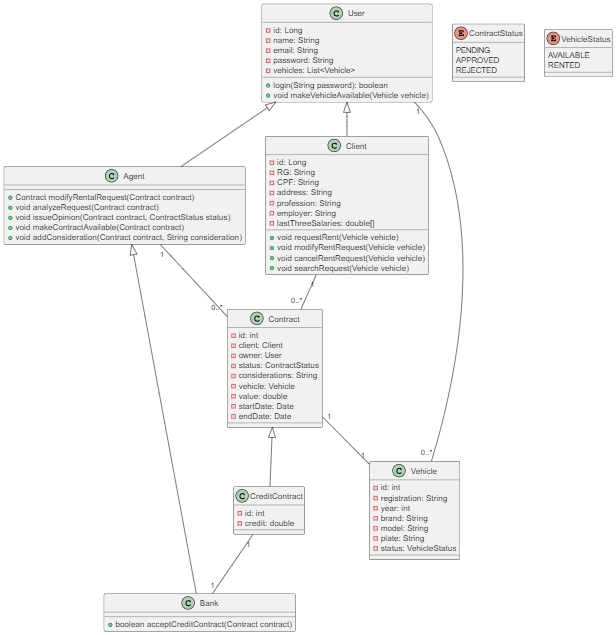
Earlier version of the PlantUML export projeto 2/project/classDiagram.png (migueltico2/laboratorio-de-desenvolvimento-de-software). Its source is kept beside it as projeto 2/project/classDiagram.plantuml.
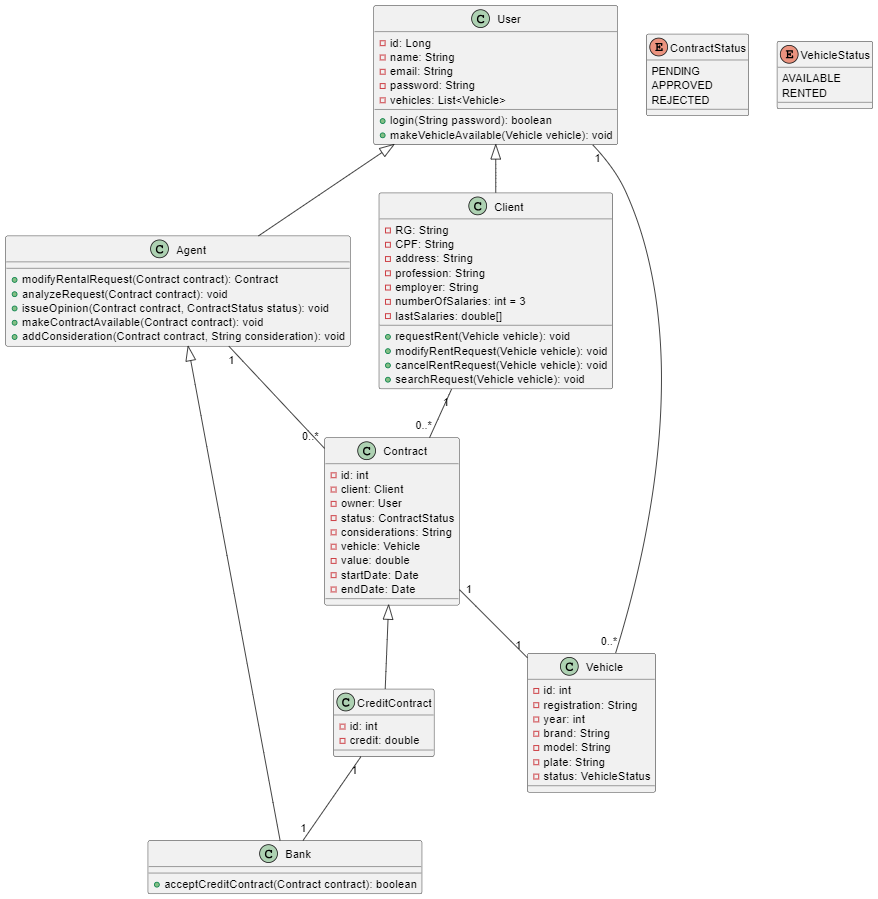
Above is the later version.

Diff of the diagram source:
```diff
@@ -7,34 +7,34 @@
     -password: String
     -vehicles: List<Vehicle>
     +login(String password): boolean
-    +void makeVehicleAvailable(Vehicle vehicle)
+    +makeVehicleAvailable(Vehicle vehicle): void
 }
 
 class Client {
-    -id: Long
     -RG: String
     -CPF: String
     -address: String
     -profession: String
     -employer: String
-    -lastThreeSalaries: double[]
-    +void requestRent(Vehicle vehicle)
-    +void modifyRentRequest(Vehicle vehicle)
-    +void cancelRentRequest(Vehicle vehicle)
-    +void searchRequest(Vehicle vehicle)
+    -numberOfSalaries: int = 3
+    -lastSalaries: double[]
+    +requestRent(Vehicle vehicle): void
+    +modifyRentRequest(Vehicle vehicle): void
+    +cancelRentRequest(Vehicle vehicle): void
+    +searchRequest(Vehicle vehicle): void
 }
 
 
 class Agent {
-    +Contract modifyRentalRequest(Contract contract)
-    +void analyzeRequest(Contract contract)
-    +void issueOpinion(Contract contract, ContractStatus status)
-    +void makeContractAvailable(Contract contract)
-    +void addConsideration(Contract contract, String consideration)
+    +modifyRentalRequest(Contract contract): Contract
+    +analyzeRequest(Contract contract): void
+    +issueOpinion(Contract contract, ContractStatus status): void
+    +makeContractAvailable(Contract contract): void
+    +addConsideration(Contract contract, String consideration): void
 }
 
 class Bank {
-    +boolean acceptCreditContract(Contract contract)
+    +acceptCreditContract(Contract contract): boolean
 }
 
 class Contract {
```
